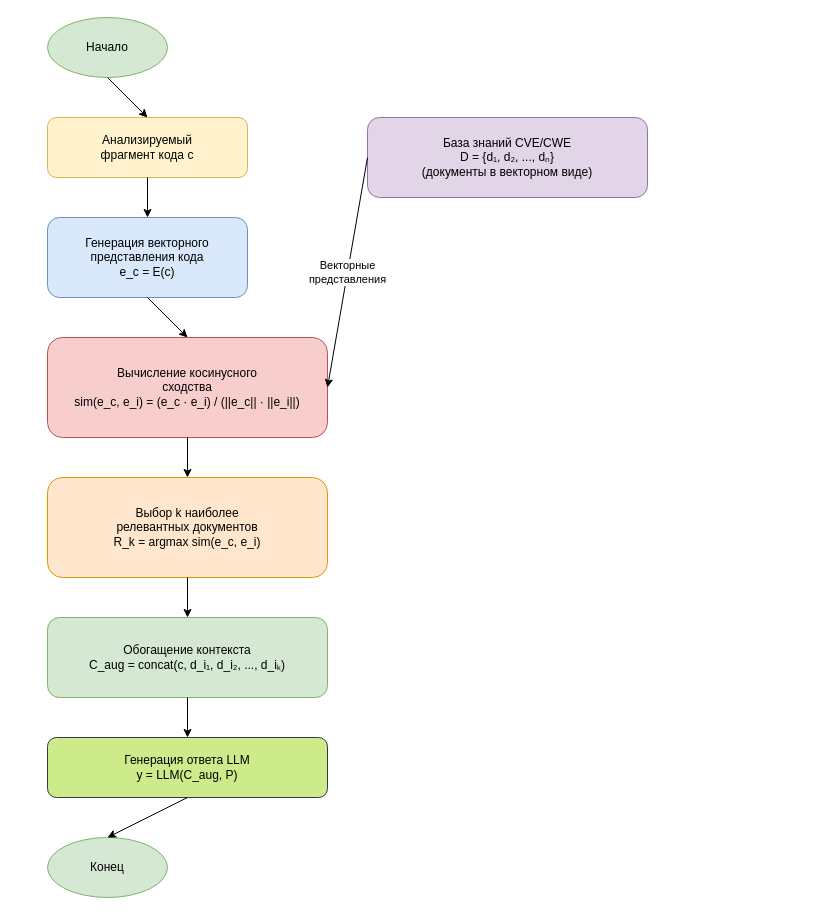
The draw.io diagram methodology_of_scientific_research/vulnfinder/drawings/rag_process.drawio in C3EQUALZz/DSTU_VKB, before the edit. Source tidied: cells renumbered, new cells numbered last; positions are measured from the earlier drawing's top-left corner, leaving out a move shared by most shapes. Both pictures are drawn from the tidied source at 100%, with x=0, y=0 at pixel (47, 17).
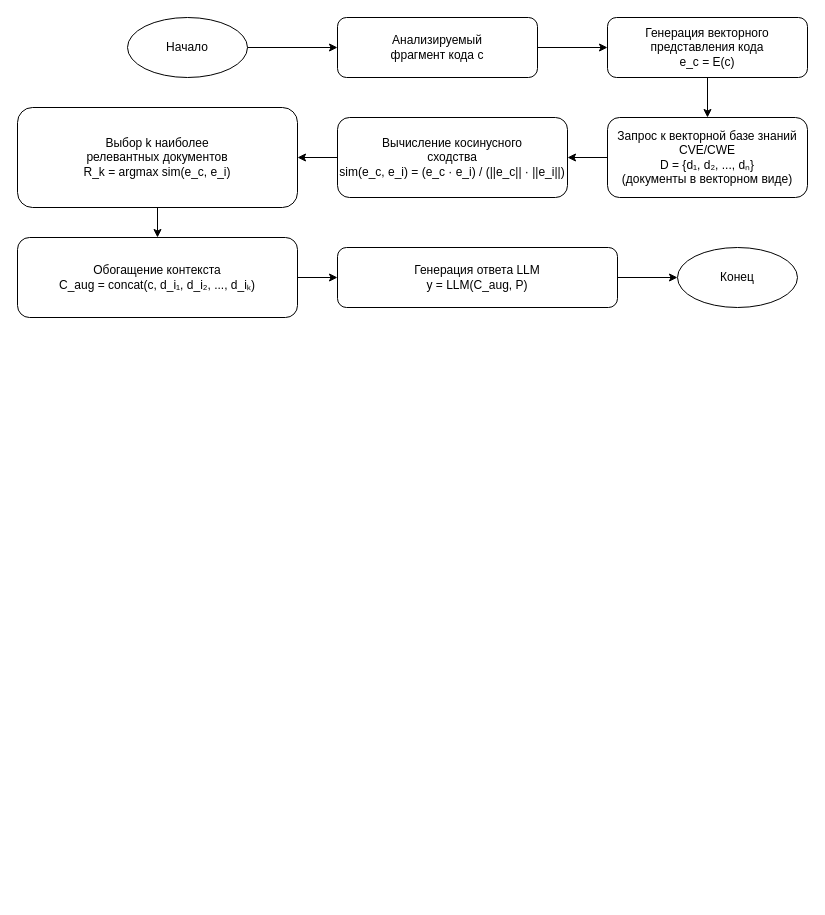
The same page after the edit.

The edit, as a diff of the source:
```diff
@@
 <mxGraphModel>
   <root>
     <mxCell id="0" />
     <mxCell id="1" parent="0" />
-    <mxCell id="2" value="Начало" style="ellipse;whiteSpace=wrap;html=1;fillColor=#d5e8d4;strokeColor=#82b366;" parent="1" vertex="1">
-      <mxGeometry width="120" height="60" as="geometry" />
+    <mxCell id="2" value="Начало" style="ellipse;whiteSpace=wrap;html=1;" parent="1" vertex="1">
+      <mxGeometry x="80" width="120" height="60" as="geometry" />
     </mxCell>
-    <mxCell id="3" value="Анализируемый&#10;фрагмент кода c" style="rounded=1;whiteSpace=wrap;html=1;fillColor=#fff2cc;strokeColor=#d6b656;" parent="1" vertex="1">
-      <mxGeometry y="100" width="200" height="60" as="geometry" />
+    <mxCell id="3" value="Анализируемый&#10;фрагмент кода c" style="rounded=1;whiteSpace=wrap;html=1;" parent="1" vertex="1">
+      <mxGeometry x="290" width="200" height="60" as="geometry" />
     </mxCell>
-    <mxCell id="4" value="Генерация векторного&#10;представления кода&#10;e_c = E(c)" style="rounded=1;whiteSpace=wrap;html=1;fillColor=#dae8fc;strokeColor=#6c8ebf;" parent="1" vertex="1">
-      <mxGeometry y="200" width="200" height="80" as="geometry" />
+    <mxCell id="4" value="Генерация векторного&#10;представления кода&#10;e_c = E(c)" style="rounded=1;whiteSpace=wrap;html=1;" parent="1" vertex="1">
+      <mxGeometry x="560" width="200" height="60" as="geometry" />
     </mxCell>
-    <mxCell id="5" value="База знаний CVE/CWE&#10;D = {d₁, d₂, ..., dₙ}&#10;(документы в векторном виде)" style="rounded=1;whiteSpace=wrap;html=1;fillColor=#e1d5e7;strokeColor=#9673a6;" parent="1" vertex="1">
-      <mxGeometry x="320" y="100" width="280" height="80" as="geometry" />
+    <mxCell id="5" value="Запрос к векторной базе знаний CVE/CWE&lt;br&gt;D = {d₁, d₂, ..., dₙ}&lt;br&gt;(документы в векторном виде)" style="rounded=1;whiteSpace=wrap;html=1;" parent="1" vertex="1">
+      <mxGeometry x="560" y="100" width="200" height="80" as="geometry" />
     </mxCell>
-    <mxCell id="6" value="Вычисление косинусного&#10;сходства&#10;sim(e_c, e_i) = (e_c · e_i) / (||e_c|| · ||e_i||)" style="rounded=1;whiteSpace=wrap;html=1;fillColor=#f8cecc;strokeColor=#b85450;" parent="1" vertex="1">
-      <mxGeometry y="320" width="280" height="100" as="geometry" />
+    <mxCell id="6" value="Вычисление косинусного&#10;сходства&#10;sim(e_c, e_i) = (e_c · e_i) / (||e_c|| · ||e_i||)" style="rounded=1;whiteSpace=wrap;html=1;" parent="1" vertex="1">
+      <mxGeometry x="290" y="100" width="230" height="80" as="geometry" />
     </mxCell>
-    <mxCell id="7" value="Выбор k наиболее&#10;релевантных документов&#10;R_k = argmax sim(e_c, e_i)" style="rounded=1;whiteSpace=wrap;html=1;fillColor=#ffe6cc;strokeColor=#d79b00;" parent="1" vertex="1">
-      <mxGeometry y="460" width="280" height="100" as="geometry" />
+    <mxCell id="7" value="Выбор k наиболее&#10;релевантных документов&#10;R_k = argmax sim(e_c, e_i)" style="rounded=1;whiteSpace=wrap;html=1;" parent="1" vertex="1">
+      <mxGeometry x="-30" y="90" width="280" height="100" as="geometry" />
     </mxCell>
-    <mxCell id="8" value="Обогащение контекста&#10;C_aug = concat(c, d_i₁, d_i₂, ..., d_iₖ)" style="rounded=1;whiteSpace=wrap;html=1;fillColor=#d5e8d4;strokeColor=#82b366;" parent="1" vertex="1">
-      <mxGeometry y="600" width="280" height="80" as="geometry" />
+    <mxCell id="8" value="Обогащение контекста&#10;C_aug = concat(c, d_i₁, d_i₂, ..., d_iₖ)" style="rounded=1;whiteSpace=wrap;html=1;" parent="1" vertex="1">
+      <mxGeometry x="-30" y="220" width="280" height="80" as="geometry" />
     </mxCell>
-    <mxCell id="9" value="Генерация ответа LLM&#10;y = LLM(C_aug, P)" style="rounded=1;whiteSpace=wrap;html=1;fillColor=#cdeb8b;strokeColor=#36393d;" parent="1" vertex="1">
-      <mxGeometry y="720" width="280" height="60" as="geometry" />
+    <mxCell id="9" value="Генерация ответа LLM&#10;y = LLM(C_aug, P)" style="rounded=1;whiteSpace=wrap;html=1;" parent="1" vertex="1">
+      <mxGeometry x="290" y="230" width="280" height="60" as="geometry" />
     </mxCell>
-    <mxCell id="10" value="Конец" style="ellipse;whiteSpace=wrap;html=1;fillColor=#d5e8d4;strokeColor=#82b366;" parent="1" vertex="1">
-      <mxGeometry y="820" width="120" height="60" as="geometry" />
+    <mxCell id="10" value="Конец" style="ellipse;whiteSpace=wrap;html=1;" parent="1" vertex="1">
+      <mxGeometry x="630" y="230" width="120" height="60" as="geometry" />
     </mxCell>
-    <mxCell id="11" style="endArrow=classic;html=1;rounded=0;exitX=0.5;exitY=1;exitDx=0;exitDy=0;entryX=0.5;entryY=0;entryDx=0;entryDy=0;" parent="1" edge="1" source="2" target="3">
+    <mxCell id="11" style="endArrow=classic;html=1;rounded=0;exitX=1;exitY=0.5;exitDx=0;exitDy=0;entryX=0;entryY=0.5;entryDx=0;entryDy=0;" parent="1" edge="1" source="2" target="3">
       <mxGeometry relative="1" as="geometry" />
     </mxCell>
-    <mxCell id="12" style="endArrow=classic;html=1;rounded=0;exitX=0.5;exitY=1;exitDx=0;exitDy=0;entryX=0.5;entryY=0;entryDx=0;entryDy=0;" parent="1" edge="1" source="3" target="4">
+    <mxCell id="12" style="endArrow=classic;html=1;rounded=0;exitX=1;exitY=0.5;exitDx=0;exitDy=0;entryX=0;entryY=0.5;entryDx=0;entryDy=0;" parent="1" edge="1" source="3" target="4">
       <mxGeometry relative="1" as="geometry" />
     </mxCell>
-    <mxCell id="13" style="endArrow=classic;html=1;rounded=0;exitX=0.5;exitY=1;exitDx=0;exitDy=0;entryX=0.5;entryY=0;entryDx=0;entryDy=0;" parent="1" edge="1" source="4" target="6">
+    <mxCell id="13" style="endArrow=classic;html=1;rounded=0;exitX=0.5;exitY=1;exitDx=0;exitDy=0;entryX=0.5;entryY=0;entryDx=0;entryDy=0;" parent="1" edge="1" source="4" target="5">
       <mxGeometry relative="1" as="geometry" />
     </mxCell>
-    <mxCell id="14" value="Векторные&#10;представления" style="endArrow=classic;html=1;rounded=0;exitX=0;exitY=0.5;exitDx=0;exitDy=0;entryX=1;entryY=0.5;entryDx=0;entryDy=0;" parent="1" edge="1" source="5" target="6">
-      <mxGeometry relative="1" as="geometry" />
-    </mxCell>
-    <mxCell id="15" style="endArrow=classic;html=1;rounded=0;exitX=0.5;exitY=1;exitDx=0;exitDy=0;entryX=0.5;entryY=0;entryDx=0;entryDy=0;" parent="1" edge="1" source="6" target="7">
+    <mxCell id="15" style="endArrow=classic;html=1;rounded=0;exitX=0;exitY=0.5;exitDx=0;exitDy=0;entryX=1;entryY=0.5;entryDx=0;entryDy=0;" parent="1" edge="1" source="5" target="6">
       <mxGeometry relative="1" as="geometry" />
     </mxCell>
-    <mxCell id="16" style="endArrow=classic;html=1;rounded=0;exitX=0.5;exitY=1;exitDx=0;exitDy=0;entryX=0.5;entryY=0;entryDx=0;entryDy=0;" parent="1" edge="1" source="7" target="8">
+    <mxCell id="16" style="endArrow=classic;html=1;rounded=0;exitX=0;exitY=0.5;exitDx=0;exitDy=0;entryX=1;entryY=0.5;entryDx=0;entryDy=0;" parent="1" edge="1" source="6" target="7">
       <mxGeometry relative="1" as="geometry" />
     </mxCell>
-    <mxCell id="17" style="endArrow=classic;html=1;rounded=0;exitX=0.5;exitY=1;exitDx=0;exitDy=0;entryX=0.5;entryY=0;entryDx=0;entryDy=0;" parent="1" edge="1" source="8" target="9">
+    <mxCell id="17" style="endArrow=classic;html=1;rounded=0;exitX=0.5;exitY=1;exitDx=0;exitDy=0;entryX=0.5;entryY=0;entryDx=0;entryDy=0;" parent="1" edge="1" source="7" target="8">
       <mxGeometry relative="1" as="geometry" />
     </mxCell>
-    <mxCell id="18" style="endArrow=classic;html=1;rounded=0;exitX=0.5;exitY=1;exitDx=0;exitDy=0;entryX=0.5;entryY=0;entryDx=0;entryDy=0;" parent="1" edge="1" source="9" target="10">
+    <mxCell id="18" style="endArrow=classic;html=1;rounded=0;exitX=1;exitY=0.5;exitDx=0;exitDy=0;entryX=0;entryY=0.5;entryDx=0;entryDy=0;" parent="1" edge="1" source="8" target="9">
       <mxGeometry relative="1" as="geometry" />
     </mxCell>
+    <mxCell id="19" style="endArrow=classic;html=1;rounded=0;exitX=1;exitY=0.5;exitDx=0;exitDy=0;entryX=0;entryY=0.5;entryDx=0;entryDy=0;" parent="1" edge="1" source="9" target="10">
+      <mxGeometry relative="1" as="geometry" />
+    </mxCell>
   </root>
 </mxGraphModel>
```
